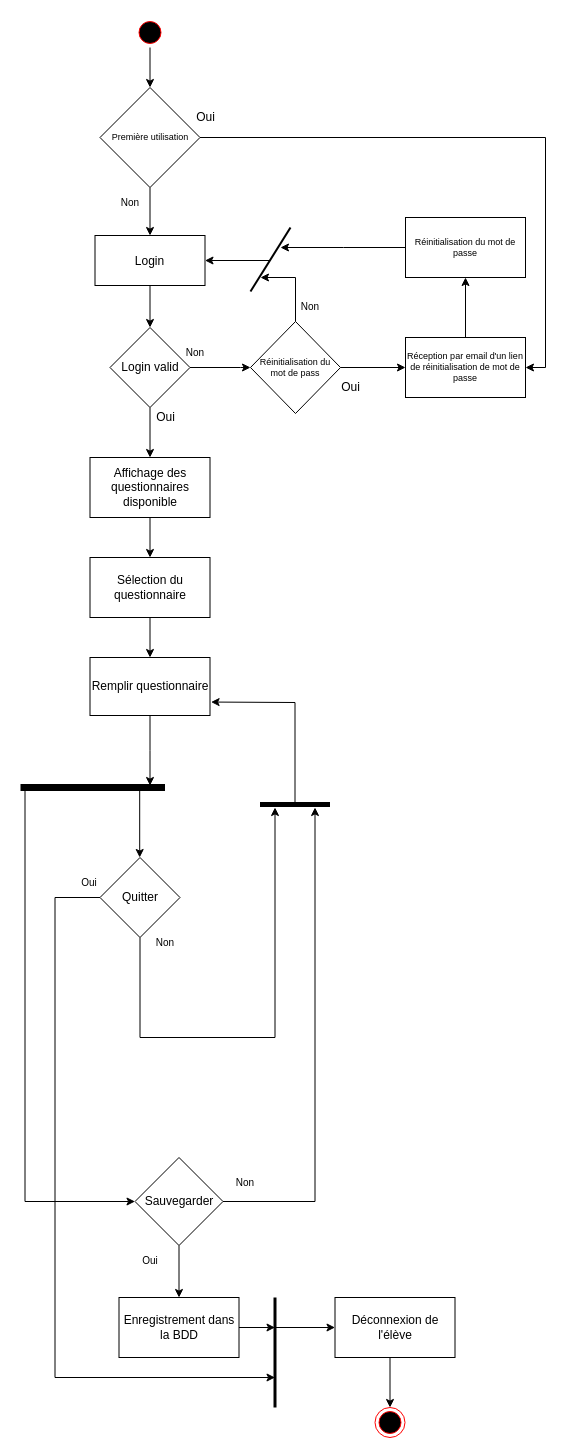
Devetik/Diagrammes keeps this draw.io diagram as DiagrameDActiviteEleve.drawio. Above is the earlier version. Source tidied: cells renumbered, new cells numbered last; positions are measured from the earlier drawing's top-left corner, leaving out a move shared by most shapes. Both pictures are drawn from the tidied source at 100%, with x=0, y=0 at pixel (20, 17).
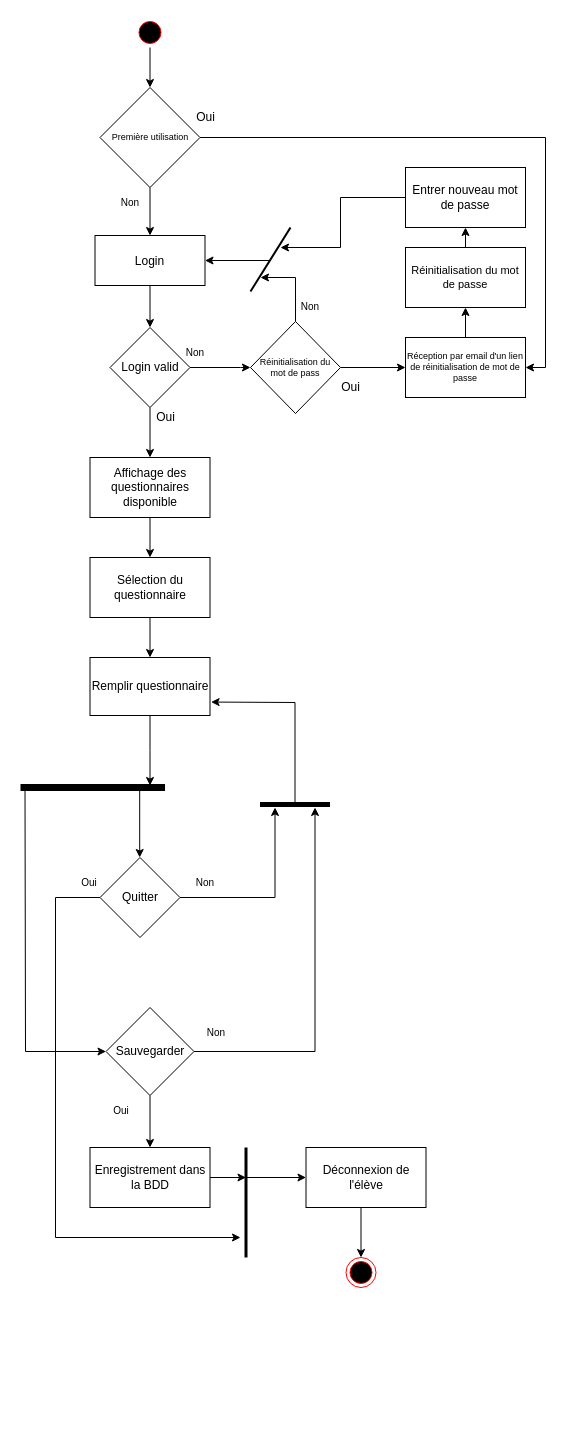
Above is the later version.

The change refers to these unchanged cells:
```xml
<mxCell id="16" value="Quitter" style="rhombus;whiteSpace=wrap;html=1;fontColor=default;fillColor=none;" parent="1" vertex="1">
  <mxGeometry x="79.5" y="840" width="80" height="80" as="geometry" />
</mxCell>
```

Diff of the diagram source:
```diff
@@
     <mxCell id="15" style="edgeStyle=orthogonalEdgeStyle;rounded=0;jettySize=auto;html=1;fontColor=default;strokeWidth=1;" parent="1" edge="1" source="16">
       <mxGeometry relative="1" as="geometry">
-        <mxPoint x="254.5" y="1360" as="targetPoint" />
+        <mxPoint x="220" y="1220" as="targetPoint" />
         <Array as="points">
-          <mxPoint x="34.5" y="880" />
-          <mxPoint x="34.5" y="1360" />
-          <mxPoint x="234.5" y="1360" />
+          <mxPoint x="35" y="880" />
+          <mxPoint x="35" y="1220" />
         </Array>
       </mxGeometry>
     </mxCell>
@@
     <mxCell id="19" value="Sauvegarder" style="rhombus;whiteSpace=wrap;html=1;fontColor=default;fillColor=none;" parent="1" vertex="1">
-      <mxGeometry x="114.5" y="1140" width="88" height="88" as="geometry" />
+      <mxGeometry x="85.5" y="990" width="88" height="88" as="geometry" />
     </mxCell>
     <mxCell id="20" value="&lt;font style=&quot;font-size: 10px;&quot;&gt;Non&lt;/font&gt;" style="text;html=1;strokeColor=none;fillColor=none;align=center;verticalAlign=middle;whiteSpace=wrap;rounded=0;fontColor=default;" parent="1" vertex="1">
-      <mxGeometry x="114.5" y="910" width="60" height="30" as="geometry" />
+      <mxGeometry x="154.5" y="850" width="60" height="30" as="geometry" />
     </mxCell>
     <mxCell id="21" value="&lt;font style=&quot;font-size: 10px;&quot;&gt;Non&lt;/font&gt;" style="text;html=1;strokeColor=none;fillColor=none;align=center;verticalAlign=middle;whiteSpace=wrap;rounded=0;fontColor=default;" parent="1" vertex="1">
-      <mxGeometry x="194.5" y="1150" width="60" height="30" as="geometry" />
+      <mxGeometry x="165.5" y="1000" width="60" height="30" as="geometry" />
     </mxCell>
     <mxCell id="22" value="&lt;font style=&quot;font-size: 10px;&quot;&gt;Oui&lt;/font&gt;" style="text;html=1;strokeColor=none;fillColor=none;align=center;verticalAlign=middle;whiteSpace=wrap;rounded=0;fontColor=default;" parent="1" vertex="1">
-      <mxGeometry x="99.5" y="1228" width="60" height="30" as="geometry" />
+      <mxGeometry x="70.5" y="1078" width="60" height="30" as="geometry" />
     </mxCell>
@@
     <mxCell id="24" style="endArrow=classic;html=1;rounded=0;fontColor=default;strokeWidth=1;entryX=0;entryY=0.5;entryDx=0;entryDy=0;" parent="1" edge="1" target="19">
       <mxGeometry relative="1" as="geometry">
         <mxPoint x="4.5" y="770" as="sourcePoint" />
         <Array as="points">
-          <mxPoint x="4.5" y="1184" />
+          <mxPoint x="5" y="1034" />
         </Array>
       </mxGeometry>
     </mxCell>
@@
     <mxCell id="26" style="edgeStyle=orthogonalEdgeStyle;rounded=0;jettySize=auto;html=1;fontColor=default;endArrow=classic;endFill=1;strokeWidth=1;" parent="1" edge="1" source="19">
       <mxGeometry relative="1" as="geometry">
         <mxPoint x="294.5" y="790" as="targetPoint" />
         <Array as="points">
-          <mxPoint x="294.5" y="1184" />
-          <mxPoint x="294.5" y="790" />
+          <mxPoint x="295" y="1034" />
         </Array>
       </mxGeometry>
     </mxCell>
     <mxCell id="27" style="edgeStyle=orthogonalEdgeStyle;rounded=0;jettySize=auto;html=1;fontColor=default;endArrow=classic;endFill=1;strokeWidth=1;" parent="1" edge="1" source="16">
       <mxGeometry relative="1" as="geometry">
         <mxPoint x="254.5" y="790" as="targetPoint" />
         <Array as="points">
-          <mxPoint x="119.5" y="1020" />
-          <mxPoint x="254.5" y="1020" />
+          <mxPoint x="255" y="880" />
         </Array>
       </mxGeometry>
     </mxCell>
@@
     <mxCell id="29" style="edgeStyle=orthogonalEdgeStyle;rounded=0;jettySize=auto;html=1;strokeWidth=1;" parent="1" edge="1" source="30">
       <mxGeometry relative="1" as="geometry">
-        <mxPoint x="254.5" y="1310" as="targetPoint" />
+        <mxPoint x="225.5" y="1160" as="targetPoint" />
       </mxGeometry>
     </mxCell>
     <mxCell id="30" value="Enregistrement dans la BDD" style="rounded=0;whiteSpace=wrap;html=1;fontColor=default;fillColor=none;" parent="1" vertex="1">
-      <mxGeometry x="98.5" y="1280" width="120" height="60" as="geometry" />
+      <mxGeometry x="69.5" y="1130" width="120" height="60" as="geometry" />
     </mxCell>
     <mxCell id="31" value="Déconnexion de l'élève" style="rounded=0;whiteSpace=wrap;html=1;fontColor=default;fillColor=none;" parent="1" vertex="1">
-      <mxGeometry x="314.5" y="1280" width="120" height="60" as="geometry" />
+      <mxGeometry x="285.5" y="1130" width="120" height="60" as="geometry" />
     </mxCell>
     <mxCell id="32" style="ellipse;html=1;shape=endState;fillColor=#000000;strokeColor=#ff0000;fontColor=default;" parent="1" vertex="1">
-      <mxGeometry x="354.5" y="1390" width="30" height="30" as="geometry" />
+      <mxGeometry x="325.5" y="1240" width="30" height="30" as="geometry" />
     </mxCell>
     <mxCell id="33" style="edgeStyle=orthogonalEdgeStyle;rounded=0;orthogonalLoop=1;jettySize=auto;html=1;fontColor=default;endArrow=classic;endFill=1;strokeWidth=1;" parent="1" edge="1">
       <mxGeometry relative="1" as="geometry">
-        <mxPoint x="369.5" y="1340" as="sourcePoint" />
-        <mxPoint x="369.5" y="1390" as="targetPoint" />
+        <mxPoint x="340.5" y="1190" as="sourcePoint" />
+        <mxPoint x="340.5" y="1240" as="targetPoint" />
       </mxGeometry>
     </mxCell>
@@
     <mxCell id="37" style="endArrow=none;html=1;rounded=0;strokeWidth=3;" parent="1" edge="1">
       <mxGeometry relative="1" as="geometry">
-        <mxPoint x="254.5" y="1390" as="sourcePoint" />
-        <mxPoint x="254.5" y="1280" as="targetPoint" />
+        <mxPoint x="225.5" y="1240" as="sourcePoint" />
+        <mxPoint x="225.5" y="1130" as="targetPoint" />
       </mxGeometry>
     </mxCell>
     <mxCell id="38" style="endArrow=classic;html=1;rounded=0;strokeWidth=1;entryX=0;entryY=0.5;entryDx=0;entryDy=0;" parent="1" edge="1" target="31">
       <mxGeometry relative="1" as="geometry">
-        <mxPoint x="254.5" y="1310" as="sourcePoint" />
+        <mxPoint x="225.5" y="1160" as="sourcePoint" />
       </mxGeometry>
     </mxCell>
@@
-    <mxCell id="48" style="edgeStyle=orthogonalEdgeStyle;rounded=0;jettySize=auto;html=1;fontSize=9;strokeWidth=1;" parent="1" edge="1" source="49">
-      <mxGeometry relative="1" as="geometry">
-        <mxPoint x="260" y="230" as="targetPoint" />
-      </mxGeometry>
-    </mxCell>
+    <mxCell id="55" style="edgeStyle=orthogonalEdgeStyle;rounded=0;jettySize=auto;html=1;exitX=0.5;exitY=0;exitDx=0;exitDy=0;entryX=0.5;entryY=1;entryDx=0;entryDy=0;fontSize=11;" parent="1" edge="1" source="49" target="57">
+      <mxGeometry relative="1" as="geometry" />
+    </mxCell>
-    <mxCell id="49" value="Réinitialisation du mot de passe" style="whiteSpace=wrap;html=1;fontSize=9;fillColor=none;" parent="1" vertex="1">
-      <mxGeometry x="385" y="200" width="120" height="60" as="geometry" />
+    <mxCell id="49" value="Réinitialisation du mot de passe" style="whiteSpace=wrap;html=1;fontSize=11;fillColor=none;" parent="1" vertex="1">
+      <mxGeometry x="385" y="230" width="120" height="60" as="geometry" />
     </mxCell>
@@
+    <mxCell id="56" style="edgeStyle=orthogonalEdgeStyle;rounded=0;jettySize=auto;html=1;fontSize=11;" parent="1" edge="1" source="57">
+      <mxGeometry relative="1" as="geometry">
+        <mxPoint x="260" y="230" as="targetPoint" />
+        <Array as="points">
+          <mxPoint x="320" y="180" />
+          <mxPoint x="320" y="230" />
+        </Array>
+      </mxGeometry>
+    </mxCell>
+    <mxCell id="57" value="Entrer nouveau mot de passe" style="rounded=0;whiteSpace=wrap;html=1;fillColor=none;" parent="1" vertex="1">
+      <mxGeometry x="385" y="150" width="120" height="60" as="geometry" />
+    </mxCell>
```
